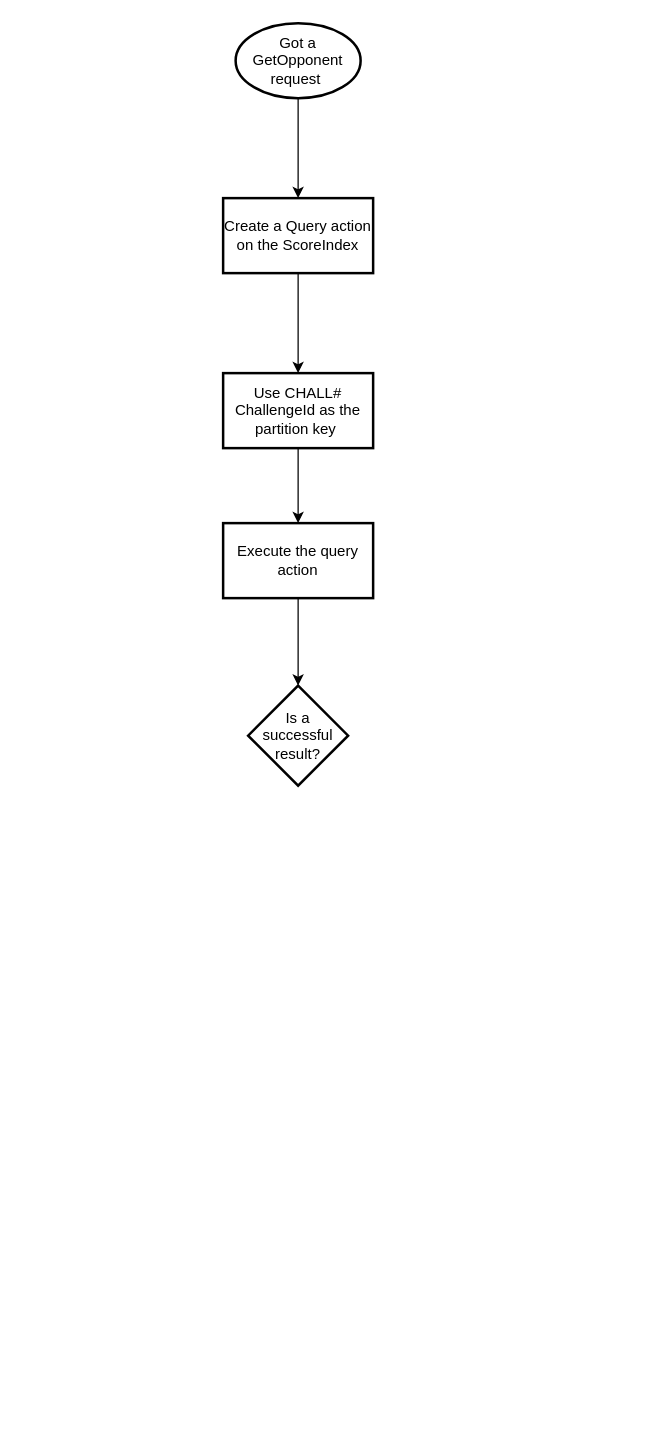
The draw.io diagram page "Get Opponents" (7 of 9) of PVP OOTD.drawio in yaohuiwu/SimpleFS, before the edit. Source tidied: cells renumbered, new cells numbered last; positions are measured from the earlier drawing's top-left corner, leaving out a move shared by most shapes. Both pictures are drawn from the tidied source at 125%, with x=0, y=0 at pixel (222, 22).
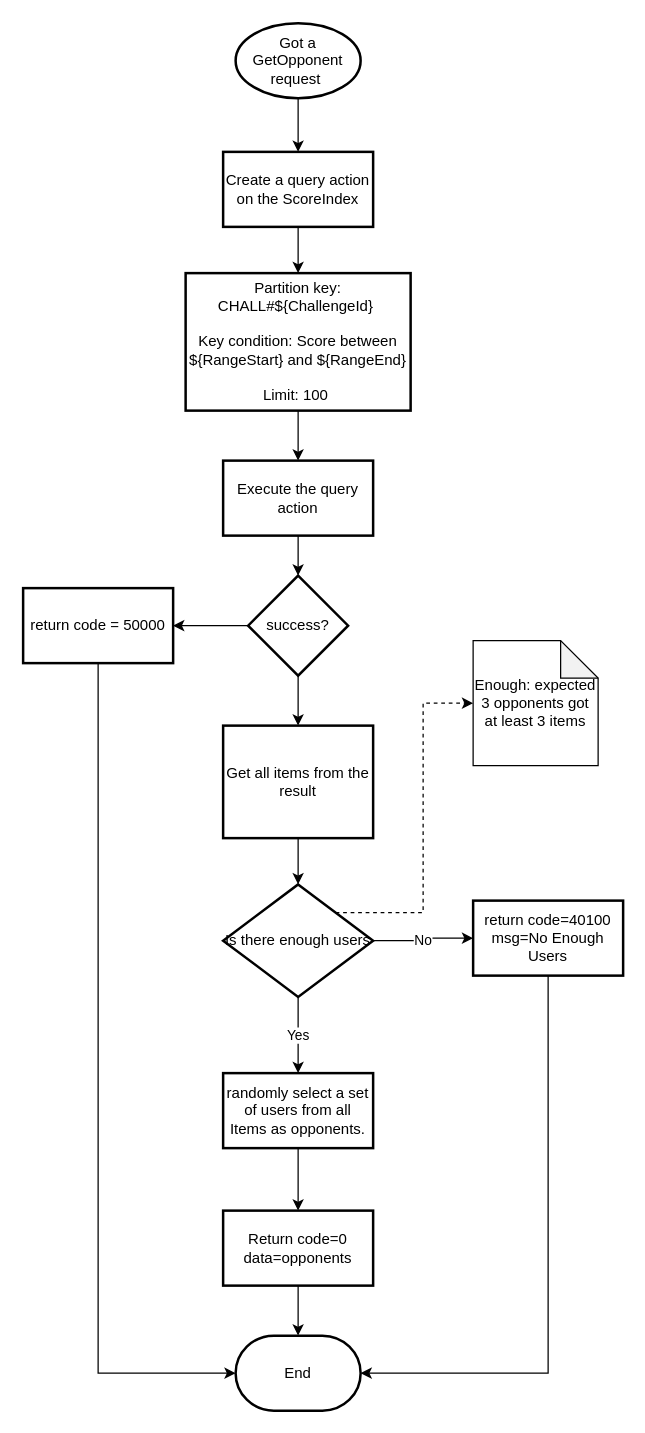
Above is the later version.

Diff of the diagram source:
```diff
@@
-    <mxCell id="5" value="Create a Query action on the ScoreIndex" style="whiteSpace=wrap;html=1;strokeWidth=2;" parent="1" vertex="1">
-      <mxGeometry y="140" width="120" height="60" as="geometry" />
+    <mxCell id="5" value="Create a query action on the ScoreIndex" style="whiteSpace=wrap;html=1;strokeWidth=2;" parent="1" vertex="1">
+      <mxGeometry y="103" width="120" height="60" as="geometry" />
     </mxCell>
@@
-    <mxCell id="7" value="Use CHALL#&lt;br&gt;ChallengeId as the partition key&amp;nbsp;" style="whiteSpace=wrap;html=1;strokeWidth=2;" parent="1" vertex="1">
-      <mxGeometry y="280" width="120" height="60" as="geometry" />
+    <mxCell id="7" value="Partition key: CHALL#${ChallengeId}&amp;nbsp;&lt;br&gt;&lt;br&gt;Key condition: Score between ${RangeStart} and ${RangeEnd}&lt;br&gt;&lt;br&gt;Limit: 100&amp;nbsp;" style="whiteSpace=wrap;html=1;strokeWidth=2;" parent="1" vertex="1">
+      <mxGeometry x="-30" y="200" width="180" height="110" as="geometry" />
     </mxCell>
@@
     <mxCell id="9" value="Execute the query action" style="whiteSpace=wrap;html=1;strokeWidth=2;" parent="1" vertex="1">
-      <mxGeometry y="400" width="120" height="60" as="geometry" />
+      <mxGeometry y="350" width="120" height="60" as="geometry" />
     </mxCell>
+    <mxCell id="11" style="edgeStyle=orthogonalEdgeStyle;rounded=0;jettySize=auto;html=1;" parent="1" edge="1" source="10" target="16">
+      <mxGeometry relative="1" as="geometry" />
+    </mxCell>
+    <mxCell id="12" style="edgeStyle=orthogonalEdgeStyle;rounded=0;jettySize=auto;html=1;" parent="1" edge="1" source="10" target="19">
+      <mxGeometry relative="1" as="geometry" />
+    </mxCell>
-    <mxCell id="10" value="Is a successful result?" style="rhombus;whiteSpace=wrap;html=1;strokeWidth=2;" parent="1" vertex="1">
-      <mxGeometry x="20" y="530" width="80" height="80" as="geometry" />
+    <mxCell id="10" value="success?" style="rhombus;whiteSpace=wrap;html=1;strokeWidth=2;" parent="1" vertex="1">
+      <mxGeometry x="20" y="442" width="80" height="80" as="geometry" />
     </mxCell>
+    <mxCell id="13" style="edgeStyle=orthogonalEdgeStyle;rounded=0;jettySize=auto;html=1;" parent="1" edge="1" source="14" target="29">
+      <mxGeometry relative="1" as="geometry" />
+    </mxCell>
+    <mxCell id="14" value="randomly select a set of users from all Items as opponents." style="whiteSpace=wrap;html=1;strokeWidth=2;" parent="1" vertex="1">
+      <mxGeometry y="840" width="120" height="60" as="geometry" />
+    </mxCell>
+    <mxCell id="15" style="edgeStyle=orthogonalEdgeStyle;rounded=0;jettySize=auto;html=1;entryX=0;entryY=0.5;entryDx=0;entryDy=0;entryPerimeter=0;exitX=0.5;exitY=1;exitDx=0;exitDy=0;" parent="1" edge="1" source="16" target="17">
+      <mxGeometry relative="1" as="geometry" />
+    </mxCell>
+    <mxCell id="16" value="return code = 50000" style="whiteSpace=wrap;html=1;strokeWidth=2;" parent="1" vertex="1">
+      <mxGeometry x="-160" y="452" width="120" height="60" as="geometry" />
+    </mxCell>
+    <mxCell id="17" value="End" style="strokeWidth=2;html=1;shape=mxgraph.flowchart.terminator;whiteSpace=wrap;" parent="1" vertex="1">
+      <mxGeometry x="10" y="1050" width="100" height="60" as="geometry" />
+    </mxCell>
+    <mxCell id="18" style="edgeStyle=orthogonalEdgeStyle;rounded=0;jettySize=auto;html=1;" parent="1" edge="1" source="19" target="24">
+      <mxGeometry relative="1" as="geometry" />
+    </mxCell>
+    <mxCell id="19" value="Get all items from the result" style="whiteSpace=wrap;html=1;strokeWidth=2;" parent="1" vertex="1">
+      <mxGeometry y="562" width="120" height="90" as="geometry" />
+    </mxCell>
+    <mxCell id="20" value="Yes" style="edgeStyle=orthogonalEdgeStyle;rounded=0;jettySize=auto;html=1;" parent="1" edge="1" source="24" target="14">
+      <mxGeometry relative="1" as="geometry" />
+    </mxCell>
+    <mxCell id="21" style="edgeStyle=orthogonalEdgeStyle;rounded=0;jettySize=auto;html=1;" parent="1" edge="1" source="24" target="26">
+      <mxGeometry relative="1" as="geometry" />
+    </mxCell>
+    <mxCell id="22" value="No" style="edgeLabel;html=1;align=center;verticalAlign=middle;" parent="21" vertex="1">
+      <mxGeometry x="-0.05" y="1" relative="1" as="geometry" />
+    </mxCell>
+    <mxCell id="23" style="edgeStyle=orthogonalEdgeStyle;rounded=0;jettySize=auto;html=1;exitX=1;exitY=0;exitDx=0;exitDy=0;entryX=0;entryY=0.5;entryDx=0;entryDy=0;entryPerimeter=0;dashed=1;" parent="1" edge="1" source="24" target="27">
+      <mxGeometry relative="1" as="geometry" />
+    </mxCell>
+    <mxCell id="24" value="Is there enough users" style="rhombus;whiteSpace=wrap;html=1;strokeWidth=2;" parent="1" vertex="1">
+      <mxGeometry y="689" width="120" height="90" as="geometry" />
+    </mxCell>
+    <mxCell id="25" style="edgeStyle=orthogonalEdgeStyle;rounded=0;jettySize=auto;html=1;entryX=1;entryY=0.5;entryDx=0;entryDy=0;entryPerimeter=0;exitX=0.5;exitY=1;exitDx=0;exitDy=0;" parent="1" edge="1" source="26" target="17">
+      <mxGeometry relative="1" as="geometry" />
+    </mxCell>
+    <mxCell id="26" value="return code=40100 msg=No Enough Users" style="whiteSpace=wrap;html=1;strokeWidth=2;" parent="1" vertex="1">
+      <mxGeometry x="200" y="702" width="120" height="60" as="geometry" />
+    </mxCell>
+    <mxCell id="27" value="Enough: expected 3 opponents got at least 3 items" style="shape=note;whiteSpace=wrap;html=1;backgroundOutline=1;darkOpacity=0.05;" parent="1" vertex="1">
+      <mxGeometry x="200" y="494" width="100" height="100" as="geometry" />
+    </mxCell>
+    <mxCell id="28" style="edgeStyle=orthogonalEdgeStyle;rounded=0;jettySize=auto;html=1;" parent="1" edge="1" source="29" target="17">
+      <mxGeometry relative="1" as="geometry" />
+    </mxCell>
+    <mxCell id="29" value="Return code=0 data=opponents" style="whiteSpace=wrap;html=1;strokeWidth=2;" parent="1" vertex="1">
+      <mxGeometry y="950" width="120" height="60" as="geometry" />
+    </mxCell>
```
